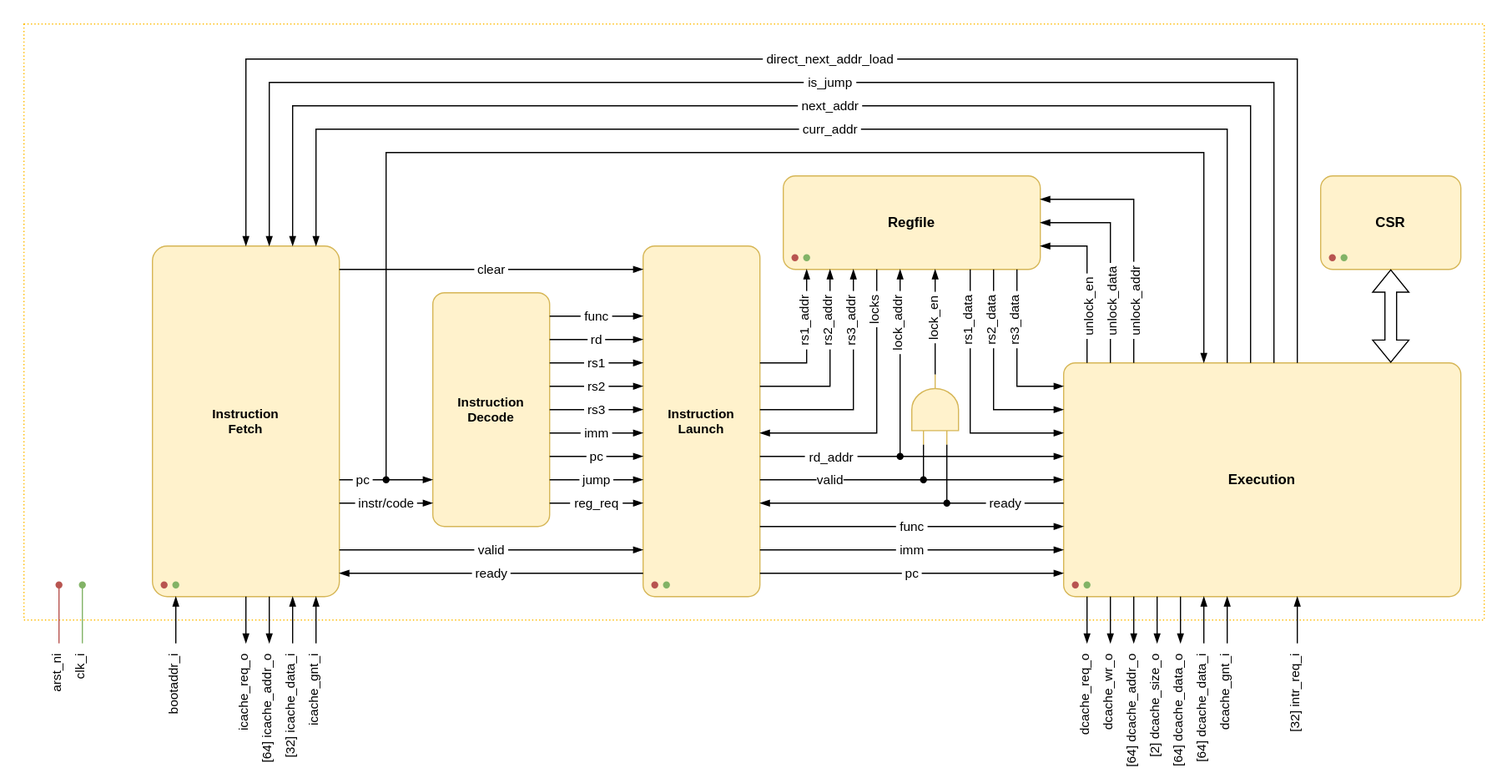
The draw.io diagram document/march.svg in tahmeedKENJI/rv64g-core-experiment-tahmeed, before a commit. Source tidied: cells renumbered, new cells last; positions are measured from the earlier drawing's top-left corner, leaving out a move shared by most shapes.
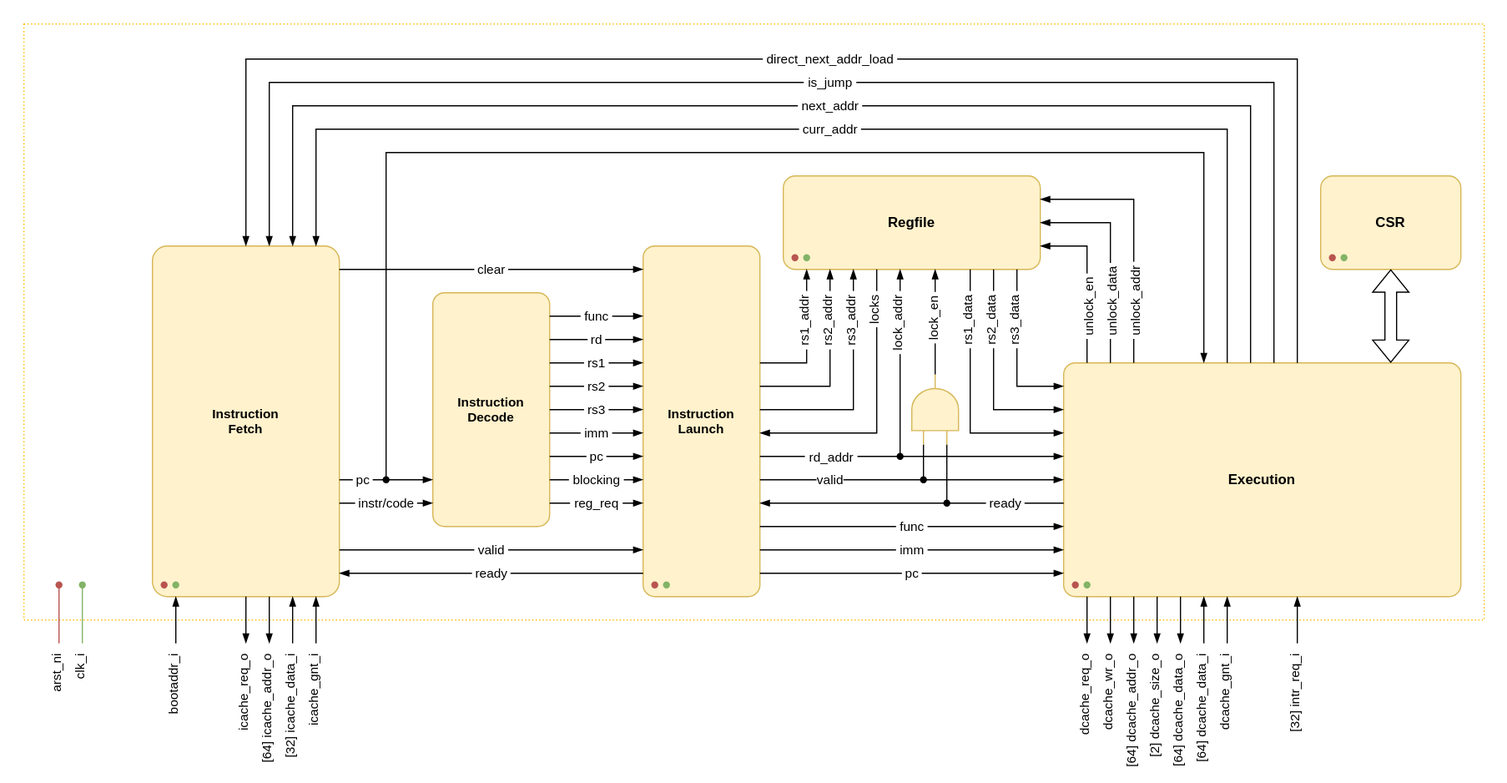
After the change.

Change to the diagram source:
```diff
@@ -360,7 +360,7 @@
         <mxPoint x="910" y="470" as="targetPoint" />
       </mxGeometry>
     </mxCell>
-    <mxCell id="63" value="&amp;nbsp;jump&amp;nbsp;" style="edgeStyle=orthogonalEdgeStyle;shape=connector;rounded=0;orthogonalLoop=1;jettySize=auto;html=1;strokeColor=default;align=center;verticalAlign=middle;fontFamily=Helvetica;fontSize=11;fontColor=default;labelBackgroundColor=default;endArrow=blockThin;endFill=1;" parent="1" edge="1">
+    <mxCell id="63" value="&amp;nbsp;blocking&amp;nbsp;" style="edgeStyle=orthogonalEdgeStyle;shape=connector;rounded=0;orthogonalLoop=1;jettySize=auto;html=1;strokeColor=default;align=center;verticalAlign=middle;fontFamily=Helvetica;fontSize=11;fontColor=default;labelBackgroundColor=default;endArrow=blockThin;endFill=1;" parent="1" edge="1">
       <mxGeometry relative="1" as="geometry">
         <mxPoint x="470" y="410" as="sourcePoint" />
         <mxPoint x="550" y="410" as="targetPoint" />
```
